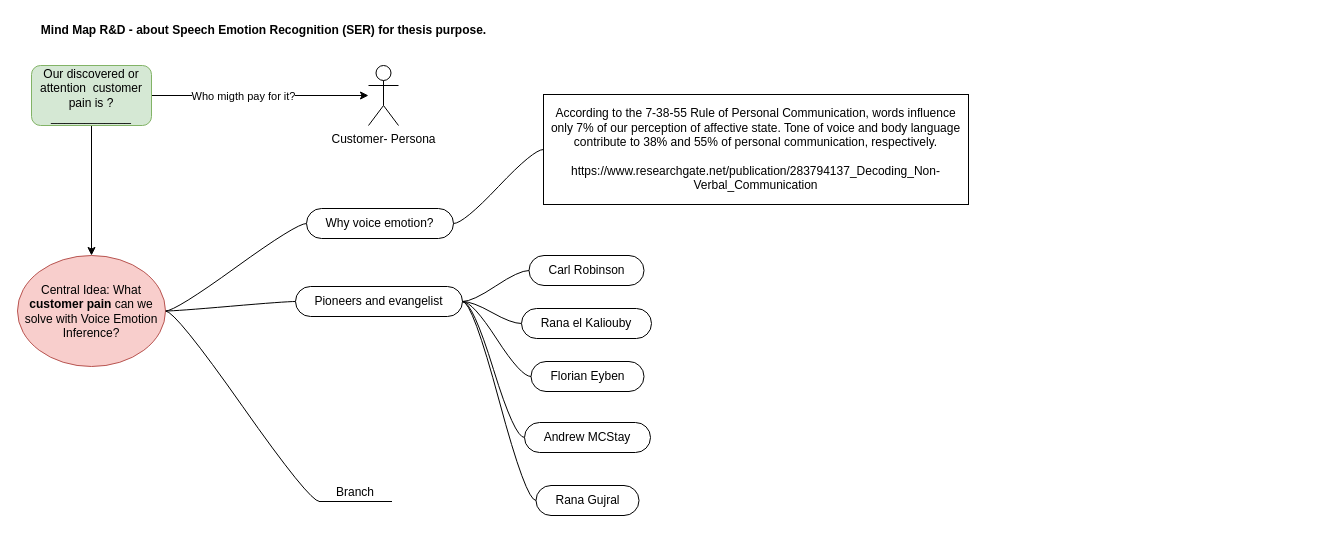
beltrewilton/ser_research keeps this draw.io diagram as SER-mind-map-ryd.drawio. Above is the earlier version. Source tidied: cells renumbered, new cells numbered last; positions are measured from the earlier drawing's top-left corner, leaving out a move shared by most shapes. Both pictures are drawn from the tidied source at 100%, with x=0, y=0 at pixel (17, 17).
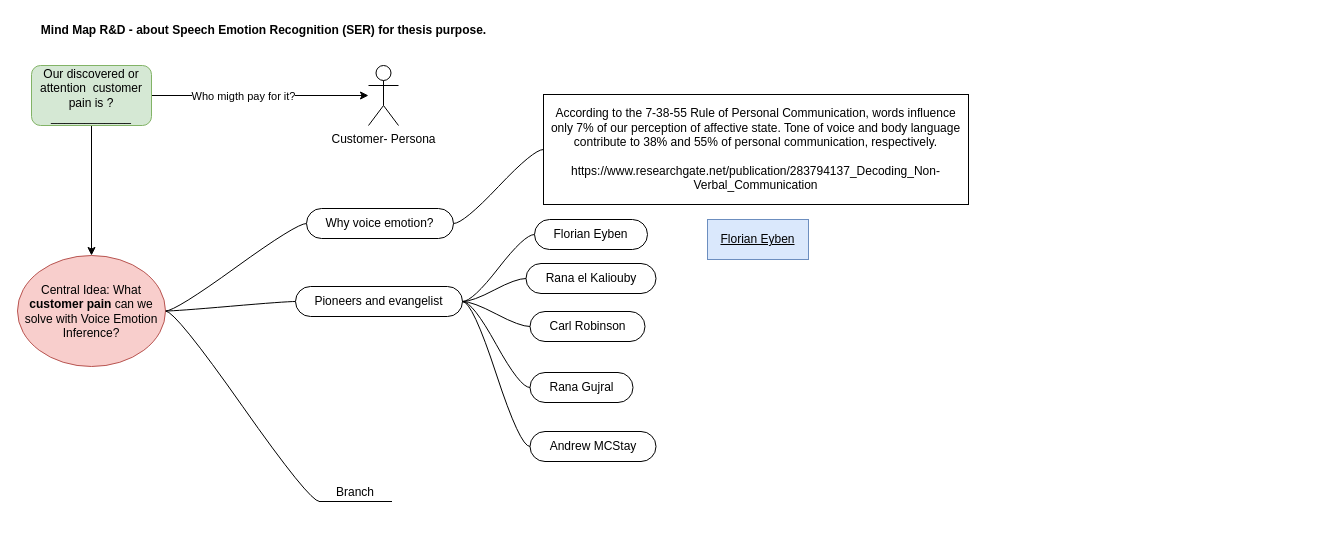
The same diagram, later.

Change to the diagram source:
```diff
@@
     <mxCell id="2" style="swimlane;startSize=20;horizontal=1;containerType=tree;strokeColor=none;fillColor=default;" parent="1" vertex="1">
-      <mxGeometry x="14" y="192" width="1273" height="334" as="geometry" />
+      <mxGeometry x="14" y="192" width="189" height="206" as="geometry" />
     </mxCell>
@@
     <mxCell id="13" value="Carl Robinson" style="whiteSpace=wrap;html=1;rounded=1;arcSize=50;align=center;verticalAlign=middle;strokeWidth=1;spacing=4;newEdgeStyle={&quot;edgeStyle&quot;:&quot;entityRelationEdgeStyle&quot;,&quot;startArrow&quot;:&quot;none&quot;,&quot;endArrow&quot;:&quot;none&quot;,&quot;segment&quot;:10,&quot;curved&quot;:1,&quot;sourcePerimeterSpacing&quot;:0,&quot;targetPerimeterSpacing&quot;:0};strokeColor=default;fillColor=default;" parent="2" vertex="1">
-      <mxGeometry x="497.5" y="46" width="115" height="30" as="geometry" />
+      <mxGeometry x="498.5" y="102" width="115" height="30" as="geometry" />
     </mxCell>
@@
     <mxCell id="15" value="Rana el Kaliouby" style="whiteSpace=wrap;html=1;rounded=1;arcSize=50;align=center;verticalAlign=middle;strokeWidth=1;spacing=4;newEdgeStyle={&quot;edgeStyle&quot;:&quot;entityRelationEdgeStyle&quot;,&quot;startArrow&quot;:&quot;none&quot;,&quot;endArrow&quot;:&quot;none&quot;,&quot;segment&quot;:10,&quot;curved&quot;:1,&quot;sourcePerimeterSpacing&quot;:0,&quot;targetPerimeterSpacing&quot;:0};strokeColor=default;fillColor=default;" parent="2" vertex="1">
-      <mxGeometry x="490" y="99" width="130" height="30" as="geometry" />
+      <mxGeometry x="494.5" y="54" width="130" height="30" as="geometry" />
     </mxCell>
@@
     <mxCell id="17" value="Florian Eyben" style="whiteSpace=wrap;html=1;rounded=1;arcSize=50;align=center;verticalAlign=middle;strokeWidth=1;spacing=4;newEdgeStyle={&quot;edgeStyle&quot;:&quot;entityRelationEdgeStyle&quot;,&quot;startArrow&quot;:&quot;none&quot;,&quot;endArrow&quot;:&quot;none&quot;,&quot;segment&quot;:10,&quot;curved&quot;:1,&quot;sourcePerimeterSpacing&quot;:0,&quot;targetPerimeterSpacing&quot;:0};strokeColor=default;fillColor=default;" parent="2" vertex="1">
-      <mxGeometry x="499.5" y="152" width="113" height="30" as="geometry" />
+      <mxGeometry x="503" y="10" width="113" height="30" as="geometry" />
     </mxCell>
@@
     <mxCell id="19" value="Andrew MCStay" style="whiteSpace=wrap;html=1;rounded=1;arcSize=50;align=center;verticalAlign=middle;strokeWidth=1;spacing=4;newEdgeStyle={&quot;edgeStyle&quot;:&quot;entityRelationEdgeStyle&quot;,&quot;startArrow&quot;:&quot;none&quot;,&quot;endArrow&quot;:&quot;none&quot;,&quot;segment&quot;:10,&quot;curved&quot;:1,&quot;sourcePerimeterSpacing&quot;:0,&quot;targetPerimeterSpacing&quot;:0};strokeColor=default;fillColor=default;" parent="2" vertex="1">
-      <mxGeometry x="493" y="213" width="126" height="30" as="geometry" />
+      <mxGeometry x="498.5" y="222" width="126" height="30" as="geometry" />
     </mxCell>
@@
     <mxCell id="21" value="Rana Gujral" style="whiteSpace=wrap;html=1;rounded=1;arcSize=50;align=center;verticalAlign=middle;strokeWidth=1;spacing=4;newEdgeStyle={&quot;edgeStyle&quot;:&quot;entityRelationEdgeStyle&quot;,&quot;startArrow&quot;:&quot;none&quot;,&quot;endArrow&quot;:&quot;none&quot;,&quot;segment&quot;:10,&quot;curved&quot;:1,&quot;sourcePerimeterSpacing&quot;:0,&quot;targetPerimeterSpacing&quot;:0};strokeColor=default;fillColor=default;" parent="2" vertex="1">
-      <mxGeometry x="504.5" y="276" width="103" height="30" as="geometry" />
+      <mxGeometry x="498.5" y="163" width="103" height="30" as="geometry" />
     </mxCell>
@@
+    <mxCell id="28" value="Florian Eyben" style="text;html=1;strokeColor=#6c8ebf;fillColor=#dae8fc;whiteSpace=wrap;align=center;verticalAlign=middle;fontStyle=4;" parent="1" vertex="1">
+      <mxGeometry x="690" y="202" width="101" height="40" as="geometry" />
+    </mxCell>
```
